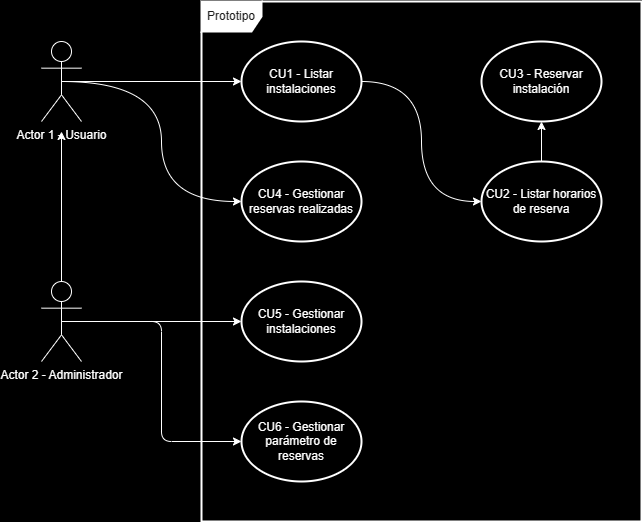
Earlier version of the draw.io export doc/UseCase.png (333-333-333/public-static-void-main-string-args). Source tidied: cells renumbered, new cells last; positions are measured from the earlier drawing's top-left corner, leaving out a move shared by most shapes.
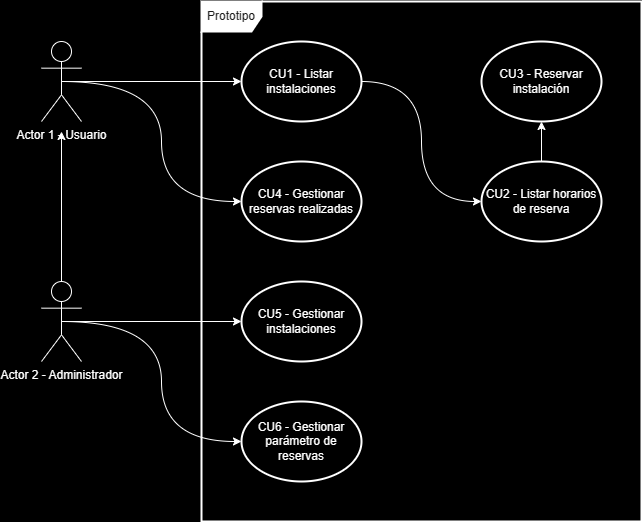
The same diagram one commit later.

What changed in the source:
```diff
@@ -19,7 +19,7 @@
         <mxPoint x="20" y="130" as="targetPoint" />
       </mxGeometry>
     </mxCell>
-    <mxCell id="7" style="edgeStyle=orthogonalEdgeStyle;rounded=1;jettySize=auto;html=1;exitX=0.5;exitY=0.5;exitDx=0;exitDy=0;exitPerimeter=0;entryX=0;entryY=0.5;entryDx=0;entryDy=0;strokeColor=#FFFFFF;" parent="1" edge="1" source="8" target="17">
+    <mxCell id="7" style="edgeStyle=orthogonalEdgeStyle;jettySize=auto;html=1;exitX=0.5;exitY=0.5;exitDx=0;exitDy=0;exitPerimeter=0;entryX=0;entryY=0.5;entryDx=0;entryDy=0;strokeColor=#FFFFFF;curved=1;" parent="1" edge="1" source="8" target="17">
       <mxGeometry relative="1" as="geometry" />
     </mxCell>
     <mxCell id="8" value="&lt;font color=&quot;#ffffff&quot;&gt;Actor 2 - Administrador&lt;/font&gt;" style="shape=umlActor;verticalLabelPosition=bottom;verticalAlign=top;html=1;outlineConnect=0;labelBackgroundColor=none;rounded=0;fillColor=#000000;strokeColor=#FFFFFF;fontColor=#1A1A1A;" parent="1" vertex="1">
```
